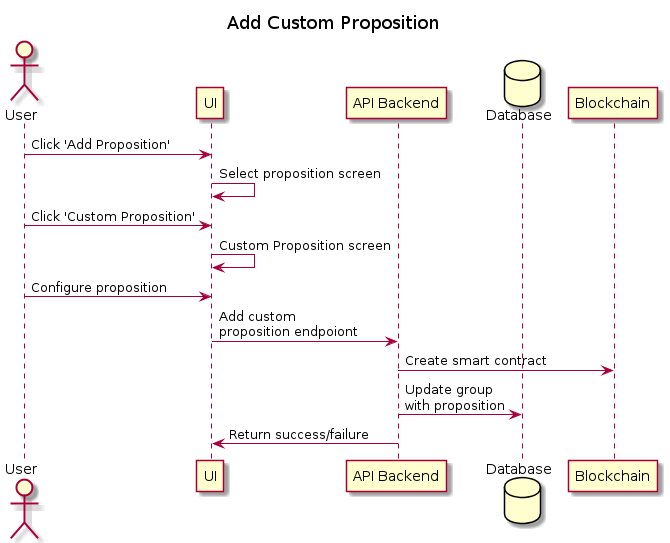
The PlantUML diagram diagram_out/Diagrams/UserStories/Add Custom Proposition.png in adhurjaty/prediction-app, before a commit.
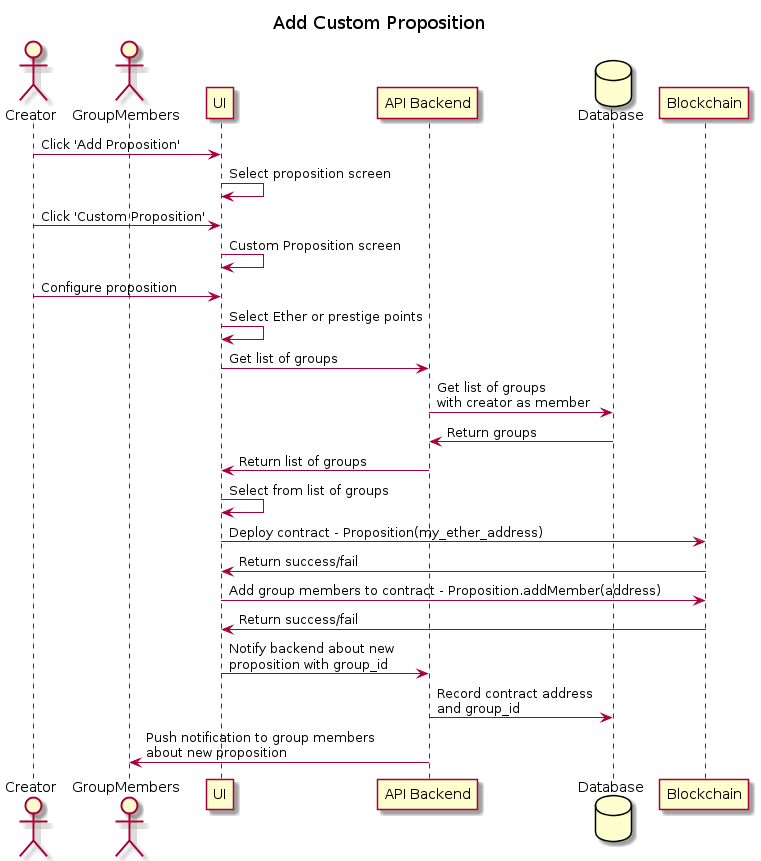
After the commit.

The edit, as a diff of the source:
```diff
@@ -2,20 +2,30 @@
 
 title Add Custom Proposition
 
-actor User as user
+actor Creator as creator
+actor GroupMembers as member
 participant UI as ui
 participant "API Backend" as api
 database Database as db
 participant Blockchain as bc
 
-user -> ui : Click 'Add Proposition'
+creator -> ui : Click 'Add Proposition'
 ui -> ui : Select proposition screen
-user -> ui : Click 'Custom Proposition'
+creator -> ui : Click 'Custom Proposition'
 ui -> ui : Custom Proposition screen
-user -> ui : Configure proposition
-ui -> api : Add custom\nproposition endpoiont
-api -> bc : Create smart contract
-api -> db : Update group\nwith proposition
-api -> ui : Return success/failure
+creator -> ui : Configure proposition
+ui -> ui: Select Ether or prestige points
+ui -> api: Get list of groups
+api -> db: Get list of groups \nwith creator as member
+db -> api: Return groups
+api -> ui: Return list of groups
+ui -> ui: Select from list of groups
+ui -> bc: Deploy contract - Proposition(my_ether_address)
+bc -> ui: Return success/fail
+ui -> bc: Add group members to contract - Proposition.addMember(address)
+bc -> ui: Return success/fail
+ui -> api: Notify backend about new \nproposition with group_id
+api -> db: Record contract address \nand group_id
+api -> member: Push notification to group members \nabout new proposition
 
 @enduml
```
